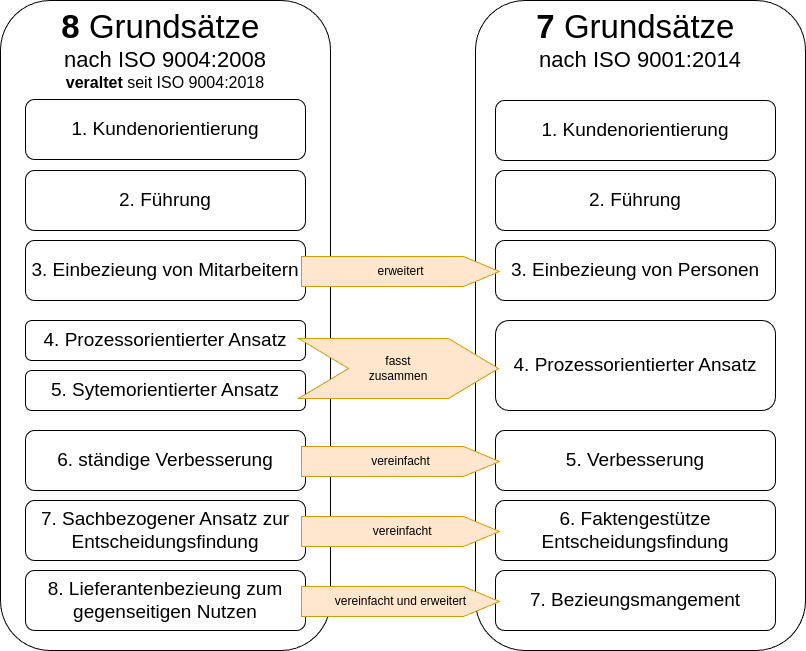
Above: img/Grundsätze8vs7.png in SebastianMeisel/QM_PM (draw.io), before the change. Source tidied: cells renumbered, new cells last; positions are measured from the earlier drawing's top-left corner, leaving out a move shared by most shapes. The source it was exported from:
```xml
<mxGraphModel>
  <root>
    <mxCell id="0" />
    <mxCell id="1" parent="0" />
    <mxCell id="2" style="group;" parent="1" vertex="1">
      <mxGeometry width="330" height="650" as="geometry" />
    </mxCell>
    <mxCell id="3" value="&lt;font style=&quot;font-size: 33px;&quot;&gt;&lt;b style=&quot;&quot;&gt;8&amp;nbsp;&lt;/b&gt;Grundsätze&amp;nbsp;&lt;/font&gt;&lt;div&gt;&lt;font style=&quot;font-size: 22px;&quot;&gt;nach ISO 9004:2008&lt;/font&gt;&lt;/div&gt;&lt;div&gt;&lt;font style=&quot;font-size: 16px;&quot;&gt;&lt;b style=&quot;&quot;&gt;veraltet&lt;/b&gt; seit ISO 9004:2018&lt;/font&gt;&lt;/div&gt;" style="rounded=1;whiteSpace=wrap;html=1;verticalAlign=top;" parent="2" vertex="1">
      <mxGeometry width="330" height="650" as="geometry" />
    </mxCell>
    <mxCell id="4" value="&lt;font style=&quot;font-size: 19px;&quot;&gt;1. Kundenorientierung&lt;/font&gt;" style="rounded=1;whiteSpace=wrap;html=1;" parent="2" vertex="1">
      <mxGeometry x="25" y="99" width="280" height="60" as="geometry" />
    </mxCell>
    <mxCell id="5" value="&lt;font style=&quot;font-size: 19px;&quot;&gt;2. Führung&lt;/font&gt;" style="rounded=1;whiteSpace=wrap;html=1;" parent="2" vertex="1">
      <mxGeometry x="25" y="170" width="280" height="60" as="geometry" />
    </mxCell>
    <mxCell id="6" value="&lt;font style=&quot;font-size: 19px;&quot;&gt;3. Einbezieung von Mitarbeitern&lt;/font&gt;" style="rounded=1;whiteSpace=wrap;html=1;" parent="2" vertex="1">
      <mxGeometry x="25" y="240" width="280" height="60" as="geometry" />
    </mxCell>
    <mxCell id="7" value="&lt;font style=&quot;font-size: 19px;&quot;&gt;6. ständige Verbesserung&lt;/font&gt;" style="rounded=1;whiteSpace=wrap;html=1;" parent="2" vertex="1">
      <mxGeometry x="25" y="430" width="280" height="60" as="geometry" />
    </mxCell>
    <mxCell id="8" value="&lt;font style=&quot;font-size: 19px;&quot;&gt;7. Sachbezogener Ansatz zur Entscheidungsfindung&lt;/font&gt;" style="rounded=1;whiteSpace=wrap;html=1;" parent="2" vertex="1">
      <mxGeometry x="25" y="500" width="280" height="60" as="geometry" />
    </mxCell>
    <mxCell id="9" value="&lt;font style=&quot;font-size: 19px;&quot;&gt;8. Lieferantenbezieung zum gegenseitigen Nutzen&lt;/font&gt;" style="rounded=1;whiteSpace=wrap;html=1;" parent="2" vertex="1">
      <mxGeometry x="25" y="570" width="280" height="60" as="geometry" />
    </mxCell>
    <mxCell id="10" value="&lt;font style=&quot;font-size: 19px;&quot;&gt;4. Prozessorientierter Ansatz&lt;/font&gt;" style="rounded=1;whiteSpace=wrap;html=1;" parent="2" vertex="1">
      <mxGeometry x="25" y="320" width="280" height="40" as="geometry" />
    </mxCell>
    <mxCell id="11" value="&lt;font style=&quot;font-size: 19px;&quot;&gt;5. Sytemorientierter Ansatz&lt;/font&gt;" style="rounded=1;whiteSpace=wrap;html=1;" parent="2" vertex="1">
      <mxGeometry x="25" y="370" width="280" height="40" as="geometry" />
    </mxCell>
    <mxCell id="12" style="group;" parent="1" vertex="1">
      <mxGeometry x="475" width="330" height="650" as="geometry" />
    </mxCell>
    <mxCell id="13" value="&lt;font style=&quot;font-size: 33px;&quot;&gt;&lt;b style=&quot;&quot;&gt;7 &lt;/b&gt;Grundsätze&amp;nbsp;&lt;/font&gt;&lt;div&gt;&lt;font style=&quot;font-size: 22px;&quot;&gt;nach ISO 9001:2014&lt;/font&gt;&lt;/div&gt;" style="rounded=1;whiteSpace=wrap;html=1;verticalAlign=top;" parent="12" vertex="1">
      <mxGeometry width="330" height="650" as="geometry" />
    </mxCell>
    <mxCell id="14" value="&lt;font style=&quot;font-size: 19px;&quot;&gt;1. Kundenorientierung&lt;/font&gt;" style="rounded=1;whiteSpace=wrap;html=1;" parent="12" vertex="1">
      <mxGeometry x="20" y="100" width="280" height="60" as="geometry" />
    </mxCell>
    <mxCell id="15" value="&lt;font style=&quot;font-size: 19px;&quot;&gt;2. Führung&lt;/font&gt;" style="rounded=1;whiteSpace=wrap;html=1;" parent="12" vertex="1">
      <mxGeometry x="20" y="170" width="280" height="60" as="geometry" />
    </mxCell>
    <mxCell id="16" value="&lt;font style=&quot;font-size: 19px;&quot;&gt;3. Einbezieung von Personen&lt;/font&gt;" style="rounded=1;whiteSpace=wrap;html=1;" parent="12" vertex="1">
      <mxGeometry x="20" y="240" width="280" height="60" as="geometry" />
    </mxCell>
    <mxCell id="17" value="&lt;font style=&quot;font-size: 19px;&quot;&gt;5. Verbesserung&lt;/font&gt;" style="rounded=1;whiteSpace=wrap;html=1;" parent="12" vertex="1">
      <mxGeometry x="20" y="430" width="280" height="60" as="geometry" />
    </mxCell>
    <mxCell id="18" value="&lt;font style=&quot;font-size: 19px;&quot;&gt;6. Faktengestütze Entscheidungsfindung&lt;/font&gt;" style="rounded=1;whiteSpace=wrap;html=1;" parent="12" vertex="1">
      <mxGeometry x="20" y="500" width="280" height="60" as="geometry" />
    </mxCell>
    <mxCell id="19" value="&lt;font style=&quot;font-size: 19px;&quot;&gt;7. Bezieungsmangement&lt;/font&gt;" style="rounded=1;whiteSpace=wrap;html=1;" parent="12" vertex="1">
      <mxGeometry x="20" y="570" width="280" height="60" as="geometry" />
    </mxCell>
    <mxCell id="20" value="&lt;font style=&quot;font-size: 19px;&quot;&gt;4. Prozessorientierter Ansatz&lt;/font&gt;" style="rounded=1;whiteSpace=wrap;html=1;" parent="12" vertex="1">
      <mxGeometry x="20" y="320" width="280" height="90" as="geometry" />
    </mxCell>
    <mxCell id="21" value="fasst&lt;div&gt;zusammen&lt;/div&gt;" style="shape=step;perimeter=stepPerimeter;whiteSpace=wrap;html=1;fixedSize=1;flipH=0;size=50;fillColor=#ffe6cc;strokeColor=#d79b00;" parent="1" vertex="1">
      <mxGeometry x="298" y="338" width="200" height="60" as="geometry" />
    </mxCell>
    <mxCell id="22" value="erweitert" style="html=1;shadow=0;dashed=0;align=center;verticalAlign=middle;shape=mxgraph.arrows2.arrow;dy=0;dx=36;notch=0;fillColor=#ffe6cc;strokeColor=#d79b00;" parent="1" vertex="1">
      <mxGeometry x="301" y="256" width="198" height="30" as="geometry" />
    </mxCell>
    <mxCell id="23" value="vereinfacht" style="html=1;shadow=0;dashed=0;align=center;verticalAlign=middle;shape=mxgraph.arrows2.arrow;dy=0;dx=36;notch=0;fillColor=#ffe6cc;strokeColor=#d79b00;" parent="1" vertex="1">
      <mxGeometry x="301" y="446" width="198" height="30" as="geometry" />
    </mxCell>
    <mxCell id="24" value="&amp;nbsp;vereinfacht" style="html=1;shadow=0;dashed=0;align=center;verticalAlign=middle;shape=mxgraph.arrows2.arrow;dy=0;dx=36;notch=0;fillColor=#ffe6cc;strokeColor=#d79b00;" parent="1" vertex="1">
      <mxGeometry x="301" y="516" width="198" height="30" as="geometry" />
    </mxCell>
    <mxCell id="25" value="vereinfacht und erweitert" style="html=1;shadow=0;dashed=0;align=center;verticalAlign=middle;shape=mxgraph.arrows2.arrow;dy=0;dx=36;notch=0;fillColor=#ffe6cc;strokeColor=#d79b00;" parent="1" vertex="1">
      <mxGeometry x="301" y="586" width="198" height="30" as="geometry" />
    </mxCell>
  </root>
</mxGraphModel>
```
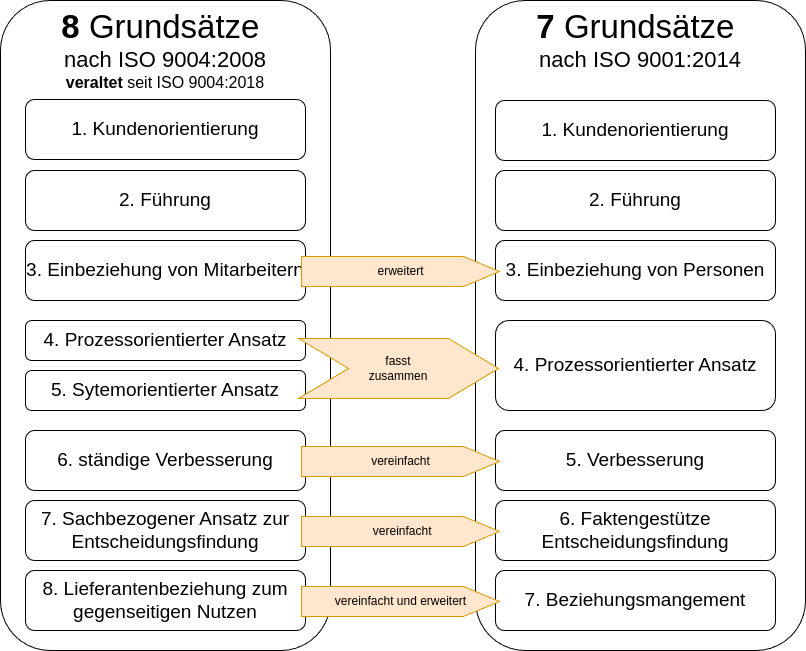
After the change.

Diff of the diagram source:
```diff
@@ -14,7 +14,7 @@
     <mxCell id="5" value="&lt;font style=&quot;font-size: 19px;&quot;&gt;2. Führung&lt;/font&gt;" style="rounded=1;whiteSpace=wrap;html=1;" parent="2" vertex="1">
       <mxGeometry x="25" y="170" width="280" height="60" as="geometry" />
     </mxCell>
-    <mxCell id="6" value="&lt;font style=&quot;font-size: 19px;&quot;&gt;3. Einbezieung von Mitarbeitern&lt;/font&gt;" style="rounded=1;whiteSpace=wrap;html=1;" parent="2" vertex="1">
+    <mxCell id="6" value="&lt;font style=&quot;font-size: 19px;&quot;&gt;3. Einbeziehung von Mitarbeitern&lt;/font&gt;" style="rounded=1;whiteSpace=wrap;html=1;" parent="2" vertex="1">
       <mxGeometry x="25" y="240" width="280" height="60" as="geometry" />
     </mxCell>
     <mxCell id="7" value="&lt;font style=&quot;font-size: 19px;&quot;&gt;6. ständige Verbesserung&lt;/font&gt;" style="rounded=1;whiteSpace=wrap;html=1;" parent="2" vertex="1">
@@ -23,7 +23,7 @@
     <mxCell id="8" value="&lt;font style=&quot;font-size: 19px;&quot;&gt;7. Sachbezogener Ansatz zur Entscheidungsfindung&lt;/font&gt;" style="rounded=1;whiteSpace=wrap;html=1;" parent="2" vertex="1">
       <mxGeometry x="25" y="500" width="280" height="60" as="geometry" />
     </mxCell>
-    <mxCell id="9" value="&lt;font style=&quot;font-size: 19px;&quot;&gt;8. Lieferantenbezieung zum gegenseitigen Nutzen&lt;/font&gt;" style="rounded=1;whiteSpace=wrap;html=1;" parent="2" vertex="1">
+    <mxCell id="9" value="&lt;font style=&quot;font-size: 19px;&quot;&gt;8. Lieferantenbeziehung zum gegenseitigen Nutzen&lt;/font&gt;" style="rounded=1;whiteSpace=wrap;html=1;" parent="2" vertex="1">
       <mxGeometry x="25" y="570" width="280" height="60" as="geometry" />
     </mxCell>
     <mxCell id="10" value="&lt;font style=&quot;font-size: 19px;&quot;&gt;4. Prozessorientierter Ansatz&lt;/font&gt;" style="rounded=1;whiteSpace=wrap;html=1;" parent="2" vertex="1">
@@ -44,7 +44,7 @@
     <mxCell id="15" value="&lt;font style=&quot;font-size: 19px;&quot;&gt;2. Führung&lt;/font&gt;" style="rounded=1;whiteSpace=wrap;html=1;" parent="12" vertex="1">
       <mxGeometry x="20" y="170" width="280" height="60" as="geometry" />
     </mxCell>
-    <mxCell id="16" value="&lt;font style=&quot;font-size: 19px;&quot;&gt;3. Einbezieung von Personen&lt;/font&gt;" style="rounded=1;whiteSpace=wrap;html=1;" parent="12" vertex="1">
+    <mxCell id="16" value="&lt;font style=&quot;font-size: 19px;&quot;&gt;3. Einbeziehung von Personen&lt;/font&gt;" style="rounded=1;whiteSpace=wrap;html=1;" parent="12" vertex="1">
       <mxGeometry x="20" y="240" width="280" height="60" as="geometry" />
     </mxCell>
     <mxCell id="17" value="&lt;font style=&quot;font-size: 19px;&quot;&gt;5. Verbesserung&lt;/font&gt;" style="rounded=1;whiteSpace=wrap;html=1;" parent="12" vertex="1">
@@ -53,7 +53,7 @@
     <mxCell id="18" value="&lt;font style=&quot;font-size: 19px;&quot;&gt;6. Faktengestütze Entscheidungsfindung&lt;/font&gt;" style="rounded=1;whiteSpace=wrap;html=1;" parent="12" vertex="1">
       <mxGeometry x="20" y="500" width="280" height="60" as="geometry" />
     </mxCell>
-    <mxCell id="19" value="&lt;font style=&quot;font-size: 19px;&quot;&gt;7. Bezieungsmangement&lt;/font&gt;" style="rounded=1;whiteSpace=wrap;html=1;" parent="12" vertex="1">
+    <mxCell id="19" value="&lt;font style=&quot;font-size: 19px;&quot;&gt;7. Beziehungsmangement&lt;/font&gt;" style="rounded=1;whiteSpace=wrap;html=1;" parent="12" vertex="1">
       <mxGeometry x="20" y="570" width="280" height="60" as="geometry" />
     </mxCell>
     <mxCell id="20" value="&lt;font style=&quot;font-size: 19px;&quot;&gt;4. Prozessorientierter Ansatz&lt;/font&gt;" style="rounded=1;whiteSpace=wrap;html=1;" parent="12" vertex="1">
```
